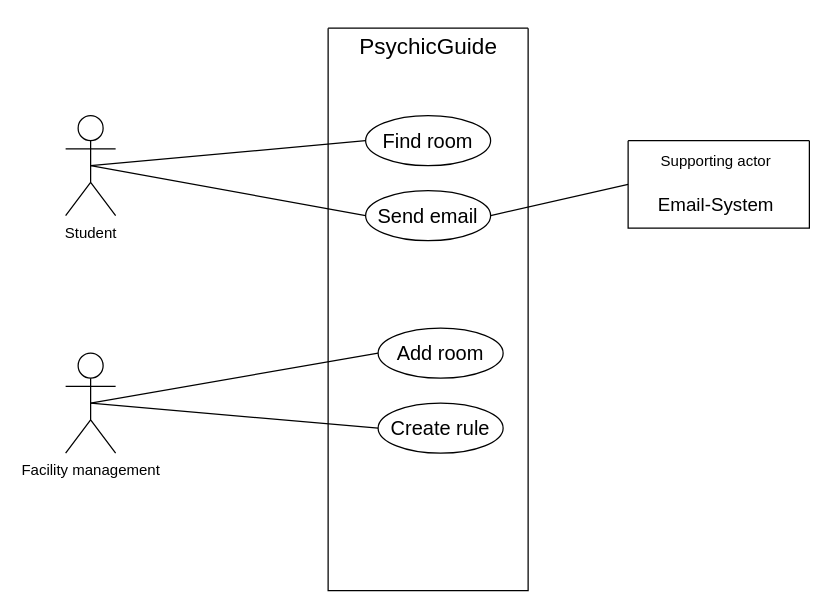
Before: Unbenanntes Diagramm.drawio in phyllomenous/PM3_DomainModel, a draw.io diagram. Source tidied: cells renumbered, new cells numbered last; positions are measured from the earlier drawing's top-left corner, leaving out a move shared by most shapes. Both pictures are drawn from the tidied source at 125%, with x=0, y=0 at pixel (65, 21).
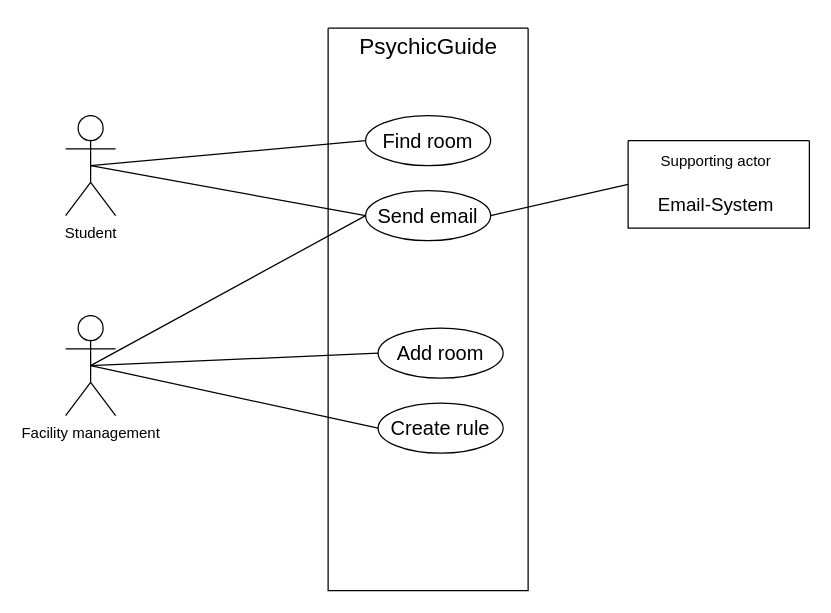
Above is the later version.

What changed in the source:
```diff
@@
 <mxGraphModel>
   <root>
     <mxCell id="0" />
     <mxCell id="1" parent="0" />
     <mxCell id="2" style="rounded=0;jettySize=auto;html=1;exitX=0.5;exitY=0.5;exitDx=0;exitDy=0;exitPerimeter=0;entryX=0;entryY=0.5;entryDx=0;entryDy=0;endArrow=none;endFill=0;" parent="1" edge="1" source="4" target="9">
       <mxGeometry relative="1" as="geometry" />
     </mxCell>
     <mxCell id="3" style="rounded=0;jettySize=auto;html=1;exitX=0.5;exitY=0.5;exitDx=0;exitDy=0;exitPerimeter=0;entryX=0;entryY=0.5;entryDx=0;entryDy=0;endArrow=none;endFill=0;" parent="1" edge="1" source="4" target="13">
       <mxGeometry relative="1" as="geometry" />
     </mxCell>
     <mxCell id="4" value="Student" style="shape=umlActor;verticalLabelPosition=bottom;verticalAlign=top;html=1;outlineConnect=0;" parent="1" vertex="1">
       <mxGeometry y="75" width="40" height="80" as="geometry" />
     </mxCell>
     <mxCell id="5" style="rounded=0;jettySize=auto;html=1;exitX=0.5;exitY=0.5;exitDx=0;exitDy=0;exitPerimeter=0;entryX=0;entryY=0.5;entryDx=0;entryDy=0;endArrow=none;endFill=0;" parent="1" edge="1" source="7" target="10">
       <mxGeometry relative="1" as="geometry" />
     </mxCell>
     <mxCell id="6" style="rounded=0;jettySize=auto;html=1;exitX=0.5;exitY=0.5;exitDx=0;exitDy=0;exitPerimeter=0;entryX=0;entryY=0.5;entryDx=0;entryDy=0;endArrow=none;endFill=0;" parent="1" edge="1" source="7" target="11">
       <mxGeometry relative="1" as="geometry" />
     </mxCell>
+    <mxCell id="17" style="rounded=0;jettySize=auto;html=1;exitX=0.5;exitY=0.5;exitDx=0;exitDy=0;exitPerimeter=0;entryX=0;entryY=0.5;entryDx=0;entryDy=0;endArrow=none;endFill=0;" parent="1" edge="1" source="7" target="13">
+      <mxGeometry relative="1" as="geometry" />
+    </mxCell>
     <mxCell id="7" value="Facility management" style="shape=umlActor;verticalLabelPosition=bottom;verticalAlign=top;html=1;outlineConnect=0;" parent="1" vertex="1">
-      <mxGeometry y="265" width="40" height="80" as="geometry" />
+      <mxGeometry y="235" width="40" height="80" as="geometry" />
     </mxCell>
     <mxCell id="8" style="swimlane;startSize=0;" parent="1" vertex="1">
       <mxGeometry x="210" y="5" width="160" height="450" as="geometry" />
     </mxCell>
     <mxCell id="9" value="&lt;font style=&quot;font-size: 16px;&quot;&gt;Find room&lt;/font&gt;" style="ellipse;whiteSpace=wrap;html=1;" parent="8" vertex="1">
       <mxGeometry x="30" y="70" width="100" height="40" as="geometry" />
     </mxCell>
     <mxCell id="10" value="&lt;font style=&quot;font-size: 16px;&quot;&gt;Add room&lt;/font&gt;" style="ellipse;whiteSpace=wrap;html=1;" parent="8" vertex="1">
       <mxGeometry x="40" y="240" width="100" height="40" as="geometry" />
     </mxCell>
     <mxCell id="11" value="&lt;font style=&quot;font-size: 16px;&quot;&gt;Create rule&lt;/font&gt;" style="ellipse;whiteSpace=wrap;html=1;" parent="8" vertex="1">
       <mxGeometry x="40" y="300" width="100" height="40" as="geometry" />
     </mxCell>
     <mxCell id="12" value="&lt;font style=&quot;font-size: 18px;&quot;&gt;PsychicGuide&lt;/font&gt;" style="text;html=1;align=center;verticalAlign=middle;strokeColor=none;fillColor=none;" parent="8" vertex="1">
       <mxGeometry x="15" y="-5" width="130" height="40" as="geometry" />
     </mxCell>
     <mxCell id="13" value="&lt;font style=&quot;font-size: 16px;&quot;&gt;Send email&lt;/font&gt;" style="ellipse;whiteSpace=wrap;html=1;" parent="8" vertex="1">
       <mxGeometry x="30" y="130" width="100" height="40" as="geometry" />
     </mxCell>
     <mxCell id="14" style="rounded=0;jettySize=auto;html=1;exitX=0;exitY=0.5;exitDx=0;exitDy=0;entryX=1;entryY=0.5;entryDx=0;entryDy=0;endArrow=none;endFill=0;" parent="1" edge="1" source="15" target="13">
       <mxGeometry relative="1" as="geometry" />
     </mxCell>
     <mxCell id="15" style="swimlane;startSize=0;" parent="1" vertex="1">
       <mxGeometry x="450" y="95" width="145" height="70" as="geometry" />
     </mxCell>
     <mxCell id="16" value="&lt;div&gt;Supporting actor&lt;br&gt;&lt;/div&gt;&lt;div style=&quot;font-size: 15px;&quot;&gt;&lt;br&gt;&lt;/div&gt;&lt;div style=&quot;font-size: 15px;&quot;&gt;Email-System&lt;/div&gt;" style="text;html=1;align=center;verticalAlign=middle;strokeColor=none;fillColor=none;" parent="15" vertex="1">
       <mxGeometry x="10" y="5" width="120" height="60" as="geometry" />
     </mxCell>
   </root>
 </mxGraphModel>
```
